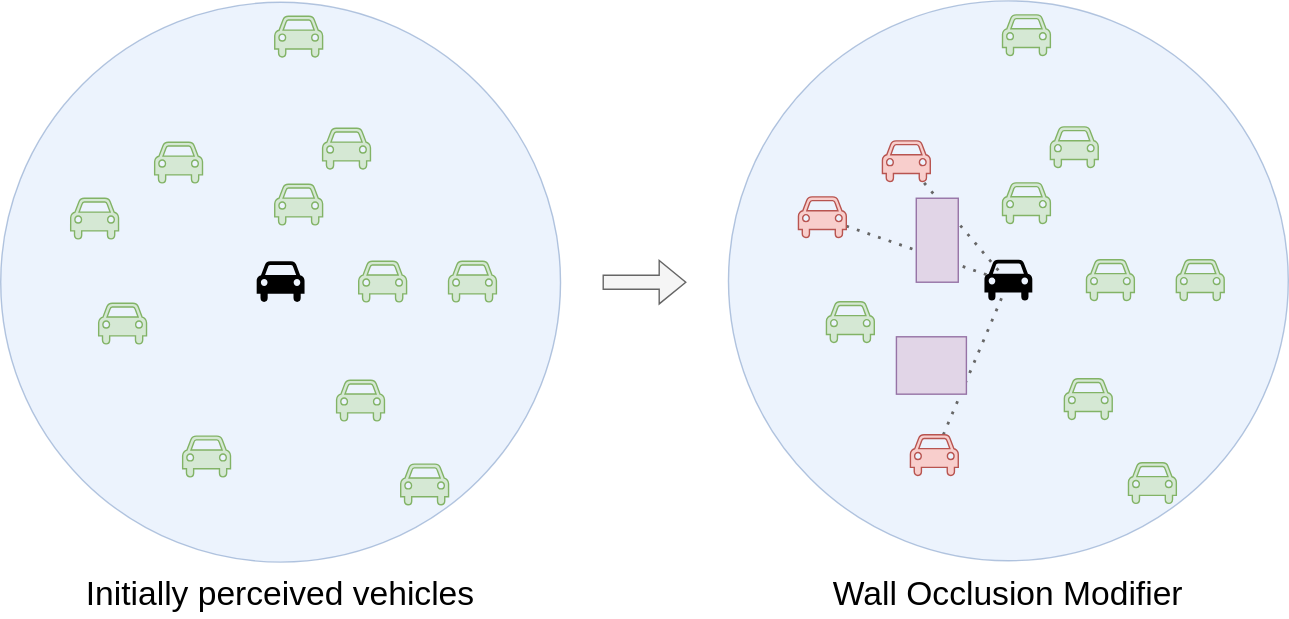
Above: content/docs/develop_applications/images/wall_occlusion_modifier.svg in eclipse/mosaic.website (draw.io), before the change. Source tidied: cells renumbered, new cells last; positions are measured from the earlier drawing's top-left corner, leaving out a move shared by most shapes. Its diagram source:
```xml
<mxGraphModel>
  <root>
    <mxCell id="0" />
    <mxCell id="1" parent="0" />
    <mxCell id="2" style="ellipse;whiteSpace=wrap;html=1;fillColor=#dae8fc;strokeColor=#6c8ebf;opacity=50;" parent="1" vertex="1">
      <mxGeometry x="520" width="400" height="400" as="geometry" />
    </mxCell>
    <mxCell id="3" style="endArrow=none;dashed=1;html=1;dashPattern=1 3;strokeWidth=2;rounded=0;fontSize=16;fillColor=#f5f5f5;strokeColor=#666666;" parent="1" edge="1" source="31">
      <mxGeometry relative="1" as="geometry">
        <mxPoint x="720" y="201" as="targetPoint" />
      </mxGeometry>
    </mxCell>
    <mxCell id="4" style="endArrow=none;dashed=1;html=1;dashPattern=1 3;strokeWidth=2;rounded=0;fontSize=16;fillColor=#f5f5f5;strokeColor=#666666;" parent="1" edge="1" source="21">
      <mxGeometry relative="1" as="geometry">
        <mxPoint x="720" y="201" as="targetPoint" />
      </mxGeometry>
    </mxCell>
    <mxCell id="5" style="endArrow=none;dashed=1;html=1;dashPattern=1 3;strokeWidth=2;rounded=0;fontSize=16;fillColor=#f5f5f5;strokeColor=#666666;" parent="1" edge="1" source="27">
      <mxGeometry relative="1" as="geometry">
        <mxPoint x="720" y="201" as="targetPoint" />
      </mxGeometry>
    </mxCell>
    <mxCell id="6" style="ellipse;whiteSpace=wrap;html=1;fillColor=#dae8fc;strokeColor=#6c8ebf;opacity=50;" parent="1" vertex="1">
      <mxGeometry y="1" width="400" height="400" as="geometry" />
    </mxCell>
    <mxCell id="7" style="shape=mxgraph.signs.transportation.car_4;html=1;fillColor=#000000;strokeColor=none;verticalLabelPosition=bottom;verticalAlign=top;align=center;" parent="1" vertex="1">
      <mxGeometry x="182.9" y="186" width="34.2" height="30" as="geometry" />
    </mxCell>
    <mxCell id="8" style="shape=mxgraph.signs.transportation.car_4;html=1;fillColor=#d5e8d4;strokeColor=#82b366;verticalLabelPosition=bottom;verticalAlign=top;align=center;" parent="1" vertex="1">
      <mxGeometry x="110" y="101" width="34.2" height="30" as="geometry" />
    </mxCell>
    <mxCell id="9" style="shape=mxgraph.signs.transportation.car_4;html=1;fillColor=#d5e8d4;strokeColor=#82b366;verticalLabelPosition=bottom;verticalAlign=top;align=center;" parent="1" vertex="1">
      <mxGeometry x="320" y="186" width="34.2" height="30" as="geometry" />
    </mxCell>
    <mxCell id="10" style="shape=mxgraph.signs.transportation.car_4;html=1;fillColor=#d5e8d4;strokeColor=#82b366;verticalLabelPosition=bottom;verticalAlign=top;align=center;" parent="1" vertex="1">
      <mxGeometry x="70" y="216" width="34.2" height="30" as="geometry" />
    </mxCell>
    <mxCell id="11" style="shape=mxgraph.signs.transportation.car_4;html=1;fillColor=#d5e8d4;strokeColor=#82b366;verticalLabelPosition=bottom;verticalAlign=top;align=center;" parent="1" vertex="1">
      <mxGeometry x="240" y="271" width="34.2" height="30" as="geometry" />
    </mxCell>
    <mxCell id="12" style="shape=mxgraph.signs.transportation.car_4;html=1;fillColor=#d5e8d4;strokeColor=#82b366;verticalLabelPosition=bottom;verticalAlign=top;align=center;" parent="1" vertex="1">
      <mxGeometry x="255.8" y="186" width="34.2" height="30" as="geometry" />
    </mxCell>
    <mxCell id="13" style="shape=mxgraph.signs.transportation.car_4;html=1;fillColor=#d5e8d4;strokeColor=#82b366;verticalLabelPosition=bottom;verticalAlign=top;align=center;" parent="1" vertex="1">
      <mxGeometry x="230" y="91" width="34.2" height="30" as="geometry" />
    </mxCell>
    <mxCell id="14" style="shape=mxgraph.signs.transportation.car_4;html=1;fillColor=#d5e8d4;strokeColor=#82b366;verticalLabelPosition=bottom;verticalAlign=top;align=center;" parent="1" vertex="1">
      <mxGeometry x="130" y="311" width="34.2" height="30" as="geometry" />
    </mxCell>
    <mxCell id="15" style="shape=mxgraph.signs.transportation.car_4;html=1;fillColor=#d5e8d4;strokeColor=#82b366;verticalLabelPosition=bottom;verticalAlign=top;align=center;" parent="1" vertex="1">
      <mxGeometry x="285.8" y="331" width="34.2" height="30" as="geometry" />
    </mxCell>
    <mxCell id="16" style="shape=mxgraph.signs.transportation.car_4;html=1;fillColor=#d5e8d4;strokeColor=#82b366;verticalLabelPosition=bottom;verticalAlign=top;align=center;" parent="1" vertex="1">
      <mxGeometry x="195.8" y="11" width="34.2" height="30" as="geometry" />
    </mxCell>
    <mxCell id="17" style="shape=mxgraph.signs.transportation.car_4;html=1;fillColor=#d5e8d4;strokeColor=#82b366;verticalLabelPosition=bottom;verticalAlign=top;align=center;" parent="1" vertex="1">
      <mxGeometry x="195.8" y="131" width="34.2" height="30" as="geometry" />
    </mxCell>
    <mxCell id="18" style="shape=mxgraph.signs.transportation.car_4;html=1;fillColor=#d5e8d4;strokeColor=#82b366;verticalLabelPosition=bottom;verticalAlign=top;align=center;" parent="1" vertex="1">
      <mxGeometry x="50" y="141" width="34.2" height="30" as="geometry" />
    </mxCell>
    <mxCell id="19" style="shape=flexArrow;endArrow=classic;html=1;rounded=0;fontSize=16;fillColor=#f5f5f5;strokeColor=#666666;" parent="1" edge="1">
      <mxGeometry relative="1" as="geometry">
        <mxPoint x="430" y="201" as="sourcePoint" />
        <mxPoint x="490" y="201" as="targetPoint" />
      </mxGeometry>
    </mxCell>
    <mxCell id="20" style="shape=mxgraph.signs.transportation.car_4;html=1;fillColor=#000000;strokeColor=none;verticalLabelPosition=bottom;verticalAlign=top;align=center;" parent="1" vertex="1">
      <mxGeometry x="702.9" y="185" width="34.2" height="30" as="geometry" />
    </mxCell>
    <mxCell id="21" style="shape=mxgraph.signs.transportation.car_4;html=1;fillColor=#f8cecc;strokeColor=#b85450;verticalLabelPosition=bottom;verticalAlign=top;align=center;" parent="1" vertex="1">
      <mxGeometry x="630" y="100" width="34.2" height="30" as="geometry" />
    </mxCell>
    <mxCell id="22" style="shape=mxgraph.signs.transportation.car_4;html=1;fillColor=#d5e8d4;strokeColor=#82b366;verticalLabelPosition=bottom;verticalAlign=top;align=center;" parent="1" vertex="1">
      <mxGeometry x="840" y="185" width="34.2" height="30" as="geometry" />
    </mxCell>
    <mxCell id="23" style="shape=mxgraph.signs.transportation.car_4;html=1;fillColor=#d5e8d4;strokeColor=#82b366;verticalLabelPosition=bottom;verticalAlign=top;align=center;" parent="1" vertex="1">
      <mxGeometry x="590" y="215" width="34.2" height="30" as="geometry" />
    </mxCell>
    <mxCell id="24" style="shape=mxgraph.signs.transportation.car_4;html=1;fillColor=#d5e8d4;strokeColor=#82b366;verticalLabelPosition=bottom;verticalAlign=top;align=center;" parent="1" vertex="1">
      <mxGeometry x="760" y="270" width="34.2" height="30" as="geometry" />
    </mxCell>
    <mxCell id="25" style="shape=mxgraph.signs.transportation.car_4;html=1;fillColor=#d5e8d4;strokeColor=#82b366;verticalLabelPosition=bottom;verticalAlign=top;align=center;" parent="1" vertex="1">
      <mxGeometry x="775.8" y="185" width="34.2" height="30" as="geometry" />
    </mxCell>
    <mxCell id="26" style="shape=mxgraph.signs.transportation.car_4;html=1;fillColor=#d5e8d4;strokeColor=#82b366;verticalLabelPosition=bottom;verticalAlign=top;align=center;" parent="1" vertex="1">
      <mxGeometry x="750" y="90" width="34.2" height="30" as="geometry" />
    </mxCell>
    <mxCell id="27" style="shape=mxgraph.signs.transportation.car_4;html=1;fillColor=#f8cecc;strokeColor=#b85450;verticalLabelPosition=bottom;verticalAlign=top;align=center;" parent="1" vertex="1">
      <mxGeometry x="650" y="310" width="34.2" height="30" as="geometry" />
    </mxCell>
    <mxCell id="28" style="shape=mxgraph.signs.transportation.car_4;html=1;fillColor=#d5e8d4;strokeColor=#82b366;verticalLabelPosition=bottom;verticalAlign=top;align=center;" parent="1" vertex="1">
      <mxGeometry x="805.8" y="330" width="34.2" height="30" as="geometry" />
    </mxCell>
    <mxCell id="29" style="shape=mxgraph.signs.transportation.car_4;html=1;fillColor=#d5e8d4;strokeColor=#82b366;verticalLabelPosition=bottom;verticalAlign=top;align=center;" parent="1" vertex="1">
      <mxGeometry x="715.8" y="10" width="34.2" height="30" as="geometry" />
    </mxCell>
    <mxCell id="30" style="shape=mxgraph.signs.transportation.car_4;html=1;fillColor=#d5e8d4;strokeColor=#82b366;verticalLabelPosition=bottom;verticalAlign=top;align=center;" parent="1" vertex="1">
      <mxGeometry x="715.8" y="130" width="34.2" height="30" as="geometry" />
    </mxCell>
    <mxCell id="31" style="shape=mxgraph.signs.transportation.car_4;html=1;fillColor=#f8cecc;strokeColor=#b85450;verticalLabelPosition=bottom;verticalAlign=top;align=center;" parent="1" vertex="1">
      <mxGeometry x="570" y="140" width="34.2" height="30" as="geometry" />
    </mxCell>
    <mxCell id="32" value="&lt;font style=&quot;font-size: 24px;&quot;&gt;Initially perceived vehicles&lt;/font&gt;" style="text;html=1;strokeColor=none;fillColor=none;align=center;verticalAlign=bottom;whiteSpace=wrap;rounded=0;fontSize=24;" parent="1" vertex="1">
      <mxGeometry x="40" y="411" width="320" height="30" as="geometry" />
    </mxCell>
    <mxCell id="33" value="&lt;font style=&quot;font-size: 24px&quot;&gt;Wall Occlusion Modifier&lt;/font&gt;" style="text;html=1;strokeColor=none;fillColor=none;align=center;verticalAlign=bottom;whiteSpace=wrap;rounded=0;fontSize=24;" parent="1" vertex="1">
      <mxGeometry x="560" y="411" width="320" height="30" as="geometry" />
    </mxCell>
    <mxCell id="34" style="rounded=0;whiteSpace=wrap;html=1;fillColor=#e1d5e7;strokeColor=#9673a6;" parent="1" vertex="1">
      <mxGeometry x="654.2" y="141" width="30" height="60" as="geometry" />
    </mxCell>
    <mxCell id="35" style="rounded=0;whiteSpace=wrap;html=1;fillColor=#e1d5e7;strokeColor=#9673a6;" parent="1" vertex="1">
      <mxGeometry x="640" y="240" width="50" height="41" as="geometry" />
    </mxCell>
  </root>
</mxGraphModel>
```
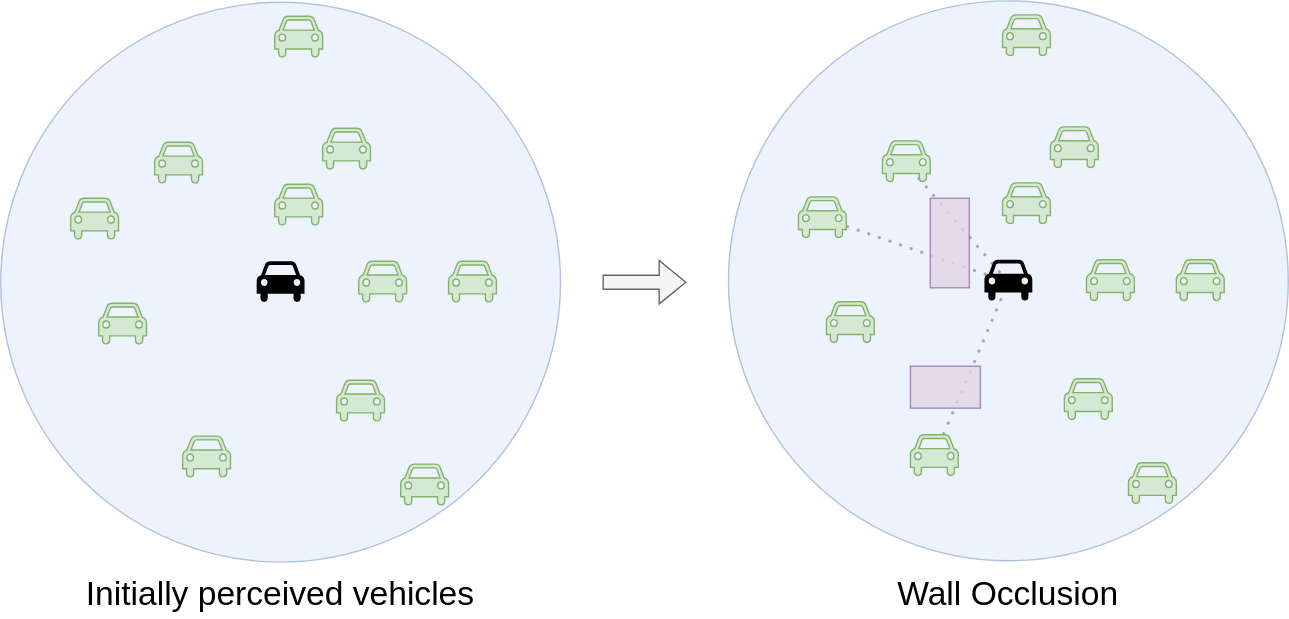
Above is the later version.

The edit, as a diff of the source:
```diff
@@ -2,24 +2,24 @@
   <root>
     <mxCell id="0" />
     <mxCell id="1" parent="0" />
+    <mxCell id="5" style="endArrow=none;dashed=1;html=1;dashPattern=1 3;strokeWidth=2;rounded=0;fontSize=16;fillColor=#f5f5f5;strokeColor=#666666;exitX=0.439;exitY=0.467;exitDx=0;exitDy=0;exitPerimeter=0;" parent="1" edge="1" source="21">
+      <mxGeometry relative="1" as="geometry">
+        <mxPoint x="720" y="201" as="targetPoint" />
+      </mxGeometry>
+    </mxCell>
+    <mxCell id="36" style="endArrow=none;dashed=1;html=1;dashPattern=1 3;strokeWidth=2;rounded=0;fontSize=16;fillColor=#f5f5f5;strokeColor=#666666;" parent="1" edge="1" source="31">
+      <mxGeometry relative="1" as="geometry">
+        <mxPoint x="720" y="201" as="targetPoint" />
+      </mxGeometry>
+    </mxCell>
+    <mxCell id="4" style="endArrow=none;dashed=1;html=1;dashPattern=1 3;strokeWidth=2;rounded=0;fontSize=16;fillColor=#f5f5f5;strokeColor=#666666;" parent="1" edge="1" source="27">
+      <mxGeometry relative="1" as="geometry">
+        <mxPoint x="720" y="201" as="targetPoint" />
+      </mxGeometry>
+    </mxCell>
     <mxCell id="2" style="ellipse;whiteSpace=wrap;html=1;fillColor=#dae8fc;strokeColor=#6c8ebf;opacity=50;" parent="1" vertex="1">
       <mxGeometry x="520" width="400" height="400" as="geometry" />
     </mxCell>
-    <mxCell id="3" style="endArrow=none;dashed=1;html=1;dashPattern=1 3;strokeWidth=2;rounded=0;fontSize=16;fillColor=#f5f5f5;strokeColor=#666666;" parent="1" edge="1" source="31">
-      <mxGeometry relative="1" as="geometry">
-        <mxPoint x="720" y="201" as="targetPoint" />
-      </mxGeometry>
-    </mxCell>
-    <mxCell id="4" style="endArrow=none;dashed=1;html=1;dashPattern=1 3;strokeWidth=2;rounded=0;fontSize=16;fillColor=#f5f5f5;strokeColor=#666666;" parent="1" edge="1" source="21">
-      <mxGeometry relative="1" as="geometry">
-        <mxPoint x="720" y="201" as="targetPoint" />
-      </mxGeometry>
-    </mxCell>
-    <mxCell id="5" style="endArrow=none;dashed=1;html=1;dashPattern=1 3;strokeWidth=2;rounded=0;fontSize=16;fillColor=#f5f5f5;strokeColor=#666666;" parent="1" edge="1" source="27">
-      <mxGeometry relative="1" as="geometry">
-        <mxPoint x="720" y="201" as="targetPoint" />
-      </mxGeometry>
-    </mxCell>
     <mxCell id="6" style="ellipse;whiteSpace=wrap;html=1;fillColor=#dae8fc;strokeColor=#6c8ebf;opacity=50;" parent="1" vertex="1">
       <mxGeometry y="1" width="400" height="400" as="geometry" />
     </mxCell>
@@ -68,7 +68,7 @@
     <mxCell id="20" style="shape=mxgraph.signs.transportation.car_4;html=1;fillColor=#000000;strokeColor=none;verticalLabelPosition=bottom;verticalAlign=top;align=center;" parent="1" vertex="1">
       <mxGeometry x="702.9" y="185" width="34.2" height="30" as="geometry" />
     </mxCell>
-    <mxCell id="21" style="shape=mxgraph.signs.transportation.car_4;html=1;fillColor=#f8cecc;strokeColor=#b85450;verticalLabelPosition=bottom;verticalAlign=top;align=center;" parent="1" vertex="1">
+    <mxCell id="21" style="shape=mxgraph.signs.transportation.car_4;html=1;fillColor=#d5e8d4;strokeColor=#82b366;verticalLabelPosition=bottom;verticalAlign=top;align=center;" parent="1" vertex="1">
       <mxGeometry x="630" y="100" width="34.2" height="30" as="geometry" />
     </mxCell>
     <mxCell id="22" style="shape=mxgraph.signs.transportation.car_4;html=1;fillColor=#d5e8d4;strokeColor=#82b366;verticalLabelPosition=bottom;verticalAlign=top;align=center;" parent="1" vertex="1">
@@ -86,7 +86,7 @@
     <mxCell id="26" style="shape=mxgraph.signs.transportation.car_4;html=1;fillColor=#d5e8d4;strokeColor=#82b366;verticalLabelPosition=bottom;verticalAlign=top;align=center;" parent="1" vertex="1">
       <mxGeometry x="750" y="90" width="34.2" height="30" as="geometry" />
     </mxCell>
-    <mxCell id="27" style="shape=mxgraph.signs.transportation.car_4;html=1;fillColor=#f8cecc;strokeColor=#b85450;verticalLabelPosition=bottom;verticalAlign=top;align=center;" parent="1" vertex="1">
+    <mxCell id="27" style="shape=mxgraph.signs.transportation.car_4;html=1;fillColor=#d5e8d4;strokeColor=#82b366;verticalLabelPosition=bottom;verticalAlign=top;align=center;" parent="1" vertex="1">
       <mxGeometry x="650" y="310" width="34.2" height="30" as="geometry" />
     </mxCell>
     <mxCell id="28" style="shape=mxgraph.signs.transportation.car_4;html=1;fillColor=#d5e8d4;strokeColor=#82b366;verticalLabelPosition=bottom;verticalAlign=top;align=center;" parent="1" vertex="1">
@@ -98,20 +98,20 @@
     <mxCell id="30" style="shape=mxgraph.signs.transportation.car_4;html=1;fillColor=#d5e8d4;strokeColor=#82b366;verticalLabelPosition=bottom;verticalAlign=top;align=center;" parent="1" vertex="1">
       <mxGeometry x="715.8" y="130" width="34.2" height="30" as="geometry" />
     </mxCell>
-    <mxCell id="31" style="shape=mxgraph.signs.transportation.car_4;html=1;fillColor=#f8cecc;strokeColor=#b85450;verticalLabelPosition=bottom;verticalAlign=top;align=center;" parent="1" vertex="1">
+    <mxCell id="31" style="shape=mxgraph.signs.transportation.car_4;html=1;fillColor=#d5e8d4;strokeColor=#82b366;verticalLabelPosition=bottom;verticalAlign=top;align=center;" parent="1" vertex="1">
       <mxGeometry x="570" y="140" width="34.2" height="30" as="geometry" />
     </mxCell>
     <mxCell id="32" value="&lt;font style=&quot;font-size: 24px;&quot;&gt;Initially perceived vehicles&lt;/font&gt;" style="text;html=1;strokeColor=none;fillColor=none;align=center;verticalAlign=bottom;whiteSpace=wrap;rounded=0;fontSize=24;" parent="1" vertex="1">
       <mxGeometry x="40" y="411" width="320" height="30" as="geometry" />
     </mxCell>
-    <mxCell id="33" value="&lt;font style=&quot;font-size: 24px&quot;&gt;Wall Occlusion Modifier&lt;/font&gt;" style="text;html=1;strokeColor=none;fillColor=none;align=center;verticalAlign=bottom;whiteSpace=wrap;rounded=0;fontSize=24;" parent="1" vertex="1">
+    <mxCell id="33" value="&lt;font style=&quot;font-size: 24px;&quot;&gt;Wall Occlusion&lt;/font&gt;" style="text;html=1;strokeColor=none;fillColor=none;align=center;verticalAlign=bottom;whiteSpace=wrap;rounded=0;fontSize=24;" parent="1" vertex="1">
       <mxGeometry x="560" y="411" width="320" height="30" as="geometry" />
     </mxCell>
-    <mxCell id="34" style="rounded=0;whiteSpace=wrap;html=1;fillColor=#e1d5e7;strokeColor=#9673a6;" parent="1" vertex="1">
-      <mxGeometry x="654.2" y="141" width="30" height="60" as="geometry" />
-    </mxCell>
-    <mxCell id="35" style="rounded=0;whiteSpace=wrap;html=1;fillColor=#e1d5e7;strokeColor=#9673a6;" parent="1" vertex="1">
-      <mxGeometry x="640" y="240" width="50" height="41" as="geometry" />
-    </mxCell>
+    <mxCell id="37" style="rounded=0;whiteSpace=wrap;html=1;fillColor=#e1d5e7;strokeColor=#9673a6;opacity=80;" parent="1" vertex="1">
+      <mxGeometry x="650" y="261" width="50" height="30" as="geometry" />
+    </mxCell>
+    <mxCell id="38" style="rounded=0;whiteSpace=wrap;html=1;fillColor=#e1d5e7;strokeColor=#9673a6;opacity=80;" parent="1" vertex="1">
+      <mxGeometry x="664.2" y="141" width="27.9" height="64" as="geometry" />
+    </mxCell>
   </root>
 </mxGraphModel>
```
